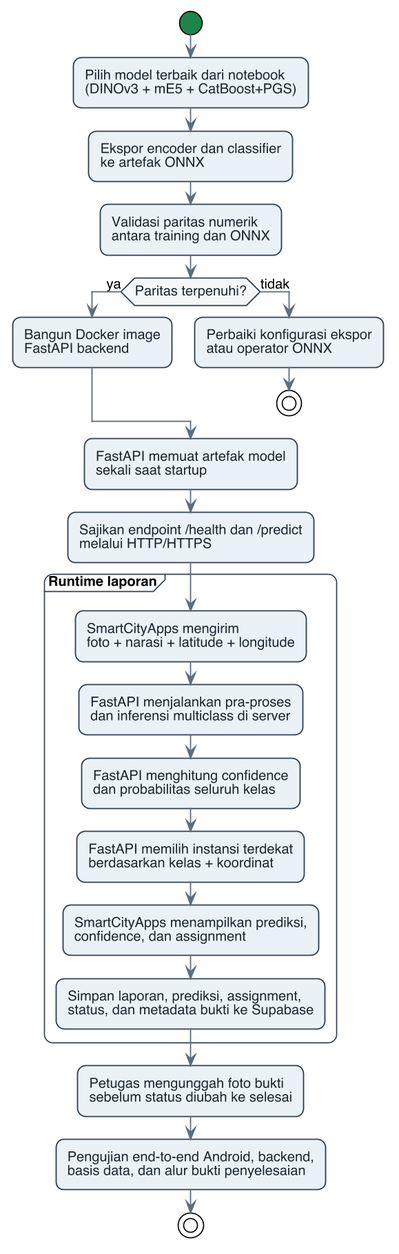
This is Docs/diagrams_src/kerangka_deployment.png from 4arkeinlvy/Thesis-, a PlantUML export, as it was before one commit.
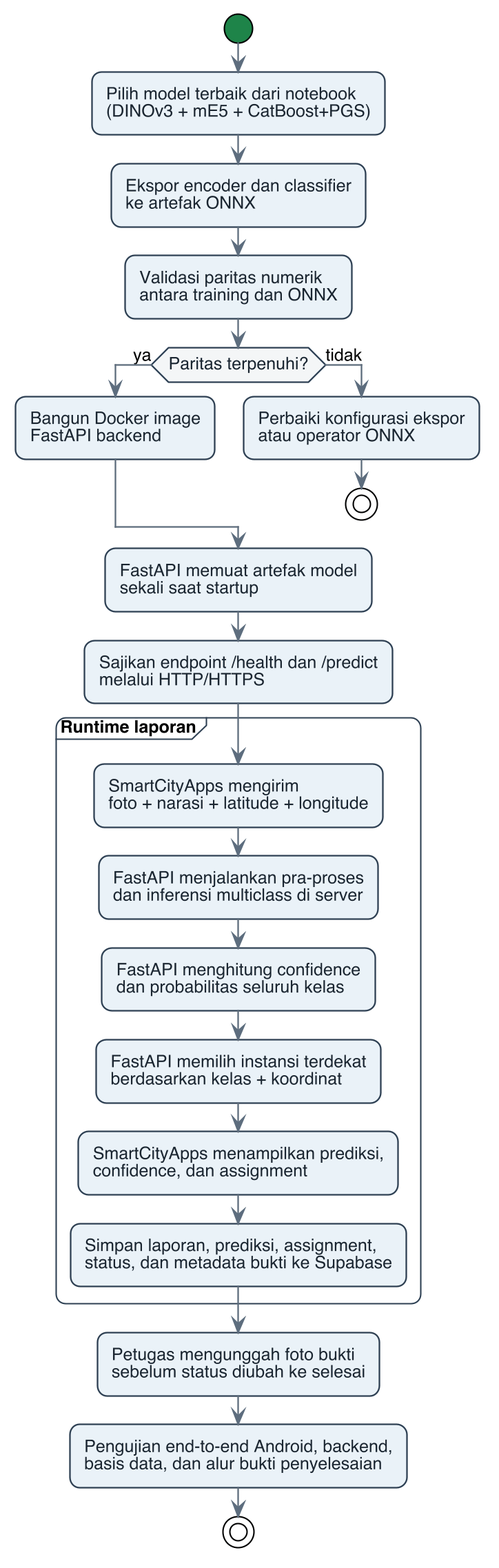
The same diagram one commit later.

Change to the diagram source:
```diff
@@ -1,6 +1,6 @@
 @startuml kerangka_deployment
-skinparamlocked dpi 160
 !theme plain
+skinparam dpi 200
 skinparam backgroundColor #FFFFFF
 skinparam shadowing false
 skinparam defaultFontName "Helvetica"
```
